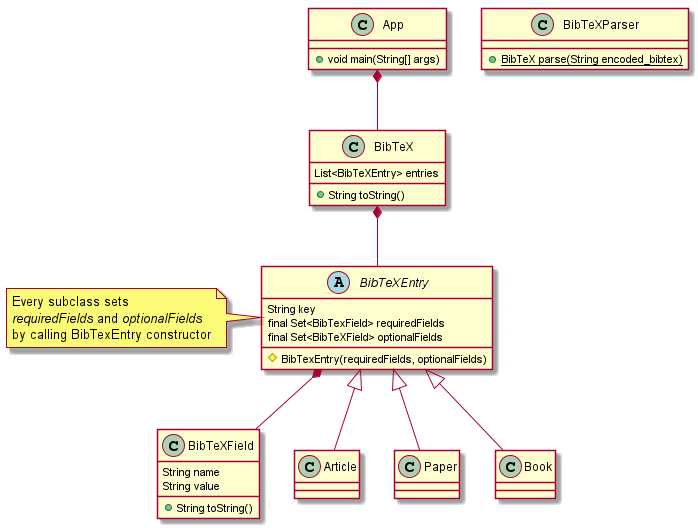
szebniok/obiektowe keeps this PlantUML diagram as Klasy.png. Above is the earlier version. The source it was exported from:
```plantuml
@startuml "Klasy"

BibTeX : List<BibTeXEntry> entries
BibTeX : +String toString()
BibTeX *-- BibTeXEntry

abstract BibTeXEntry
BibTeXEntry : String key
BibTeXEntry : final Set<BibTexField> requiredFields
BibTeXEntry : final Set<BibTeXField> optionalFields
BibTeXEntry : #BibTexEntry(requiredFields, optionalFields)
BibTeXEntry *-- BibTeXField

note left of BibTeXEntry
    Every subclass sets
    <i>requiredFields</i> and <i>optionalFields</i>
    by calling BibTexEntry constructor
end note

BibTeXField : String name
BibTeXField : String value
BibTeXField : +String toString()


BibTeXEntry <|-- Article
BibTeXEntry <|-- Paper
BibTeXEntry <|-- Book

BibTeXParser : {static} +BibTeX parse(String encoded_bibtex)

App : +void main(String[] args)
App *-- BibTeX

@enduml
```
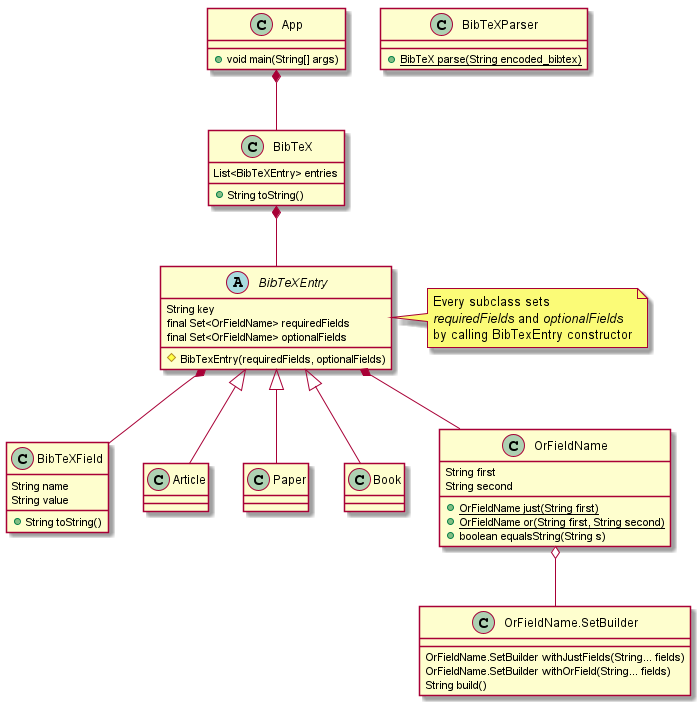
After the change.

What changed in the source:
```diff
@@ -6,12 +6,12 @@
 
 abstract BibTeXEntry
 BibTeXEntry : String key
-BibTeXEntry : final Set<BibTexField> requiredFields
-BibTeXEntry : final Set<BibTeXField> optionalFields
+BibTeXEntry : final Set<OrFieldName> requiredFields
+BibTeXEntry : final Set<OrFieldName> optionalFields
 BibTeXEntry : #BibTexEntry(requiredFields, optionalFields)
 BibTeXEntry *-- BibTeXField
 
-note left of BibTeXEntry
+note right of BibTeXEntry
     Every subclass sets
     <i>requiredFields</i> and <i>optionalFields</i>
     by calling BibTexEntry constructor
@@ -20,7 +20,6 @@
 BibTeXField : String name
 BibTeXField : String value
 BibTeXField : +String toString()
-
 
 BibTeXEntry <|-- Article
 BibTeXEntry <|-- Paper
@@ -31,4 +30,18 @@
 App : +void main(String[] args)
 App *-- BibTeX
 
+OrFieldName : String first
+OrFieldName : String second
+OrFieldName : +{static} OrFieldName just(String first)
+OrFieldName : +{static} OrFieldName or(String first, String second)
+OrFieldName : +boolean equalsString(String s)
+
+set namespaceseparator ::
+OrFieldName.SetBuilder : OrFieldName.SetBuilder withJustFields(String... fields)
+OrFieldName.SetBuilder : OrFieldName.SetBuilder withOrField(String... fields)
+OrFieldName.SetBuilder : String build()
+
+BibTeXEntry *-- OrFieldName
+OrFieldName o-- OrFieldName.SetBuilder
+
 @enduml
```
